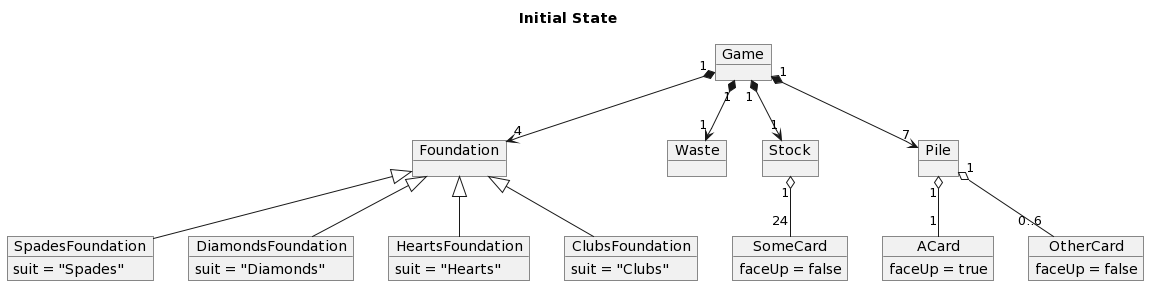
Above: 01-DomainModel/estados/InitialState.png in marinasayols/MDWP1RUP-Klondike (PlantUML), before the change.
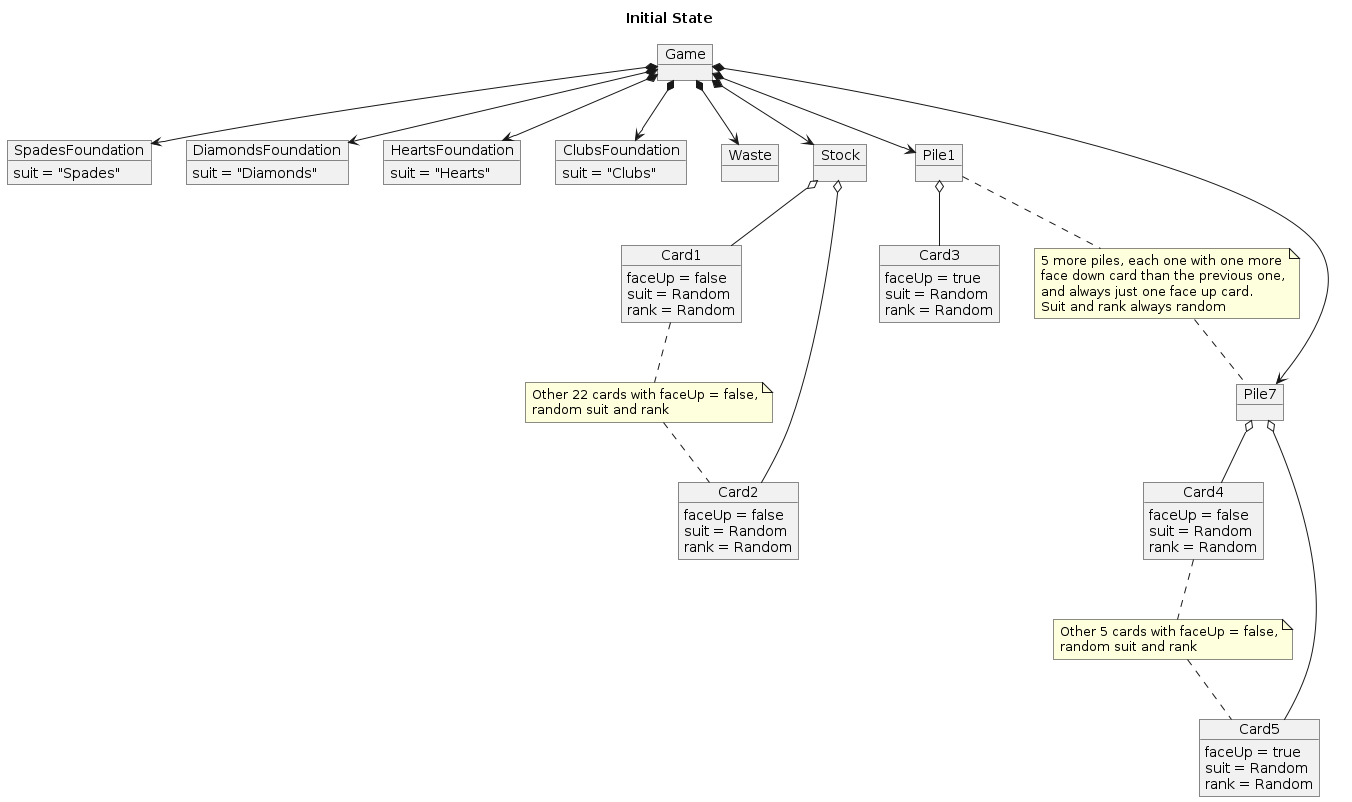
The same file after the commit.

Diff of the diagram source:
```diff
@@ -4,38 +4,65 @@
 title Initial State
 
 object Game
-object Foundation
 object SpadesFoundation
 object DiamondsFoundation
 object HeartsFoundation
 object ClubsFoundation
 object Waste
 object Stock
-object Pile
-object SomeCard
-object ACard
-object OtherCard
+object Pile1
+object Pile7
+object Card1
+object Card2
+object Card3
+object Card4
+object Card5
 
-Foundation <|-- SpadesFoundation
-Foundation <|-- DiamondsFoundation
-Foundation <|-- HeartsFoundation
-Foundation <|-- ClubsFoundation
+note "Other 22 cards with faceUp = false,\nrandom suit and rank" as n1
+note "Other 5 cards with faceUp = false,\nrandom suit and rank" as n2
+note "5 more piles, each one with one more\nface down card than the previous one,\nand always just one face up card.\nSuit and rank always random" as n3
 
-Game "1" *--> "1" Waste
-Game "1" *--> "1" Stock
-Game "1" *--> "4" Foundation
-Game "1" *--> "7" Pile
+Game *--> Waste
+Game *--> Stock
+Game *--> SpadesFoundation
+Game *--> DiamondsFoundation
+Game *--> HeartsFoundation
+Game *--> ClubsFoundation
+Game *--> Pile1
+Game *--> Pile7
 
 SpadesFoundation : suit = "Spades"
 HeartsFoundation : suit = "Hearts"
 DiamondsFoundation : suit = "Diamonds"
 ClubsFoundation : suit = "Clubs"
 
-Stock "1" o-- "24" SomeCard
-Pile "1" o-- "0..6" OtherCard
-Pile "1" o-- "1" ACard
+Card1 : faceUp = false
+Card1 : suit = Random
+Card1 : rank = Random
+Card2 : faceUp = false
+Card2 : suit = Random
+Card2 : rank = Random
+Card3 : faceUp = true
+Card3 : suit = Random
+Card3 : rank = Random
+Card4 : faceUp = false
+Card4 : suit = Random
+Card4 : rank = Random
+Card5 : faceUp = true
+Card5 : suit = Random
+Card5 : rank = Random
 
-SomeCard : faceUp = false
-OtherCard : faceUp = false
-ACard : faceUp = true
+Stock o-- Card1
+Stock o-- Card2
+Pile1 o-- Card3
+Pile7 o-- Card4
+Pile7 o-- Card5
+
+Pile1 .. n3
+n3 .. Pile7
+
+Card1 .. n1
+n1 .. Card2
+Card4 .. n2
+n2 .. Card5
 @enduml
```
